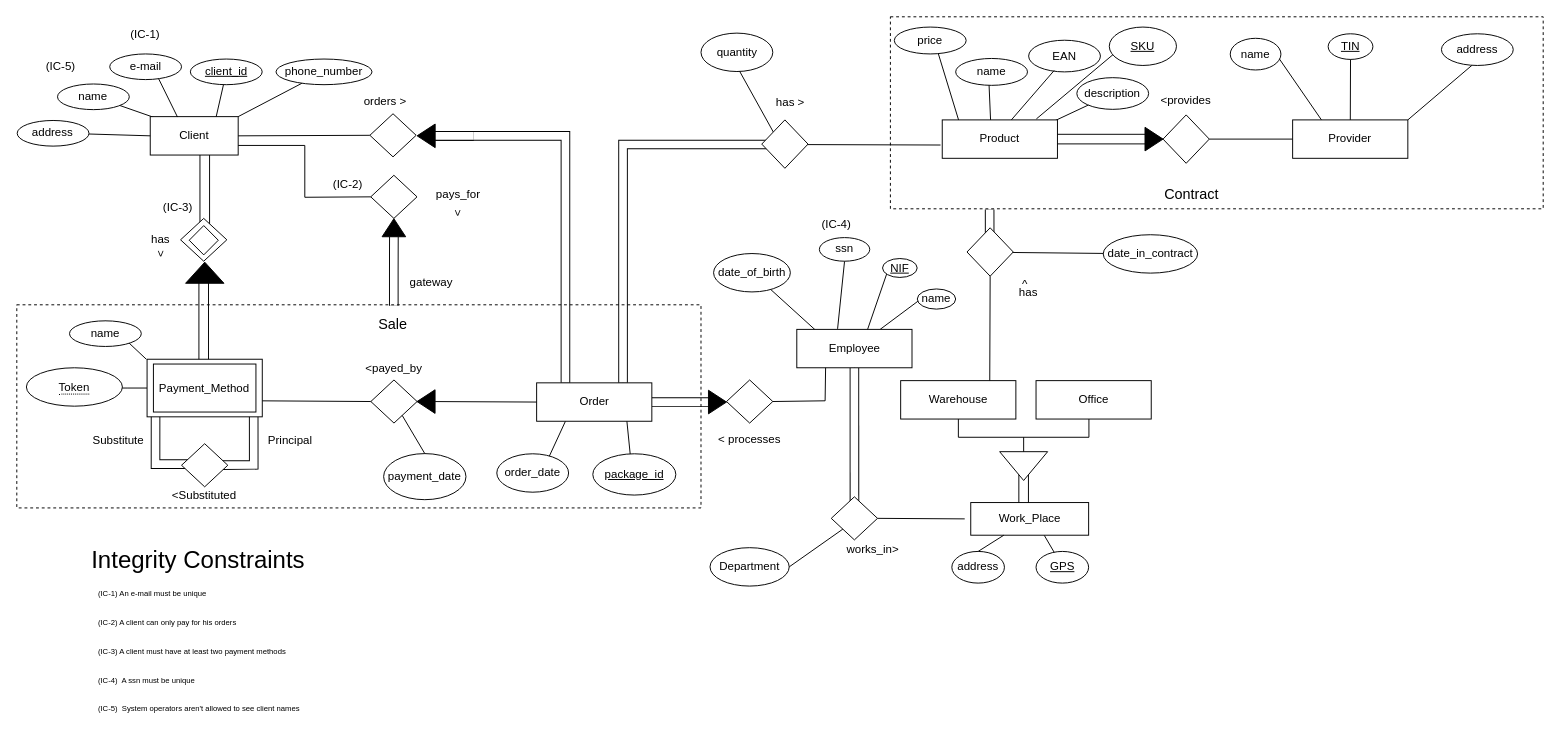
This is test.drawio from SamuelGoncalves8/Bd-project, a draw.io file, before an edit. Source tidied: cells renumbered, new cells numbered last; positions are measured from the earlier drawing's top-left corner, leaving out a move shared by most shapes. Both pictures are drawn from the tidied source at 96%, with x=0, y=0 at pixel (16, 16).
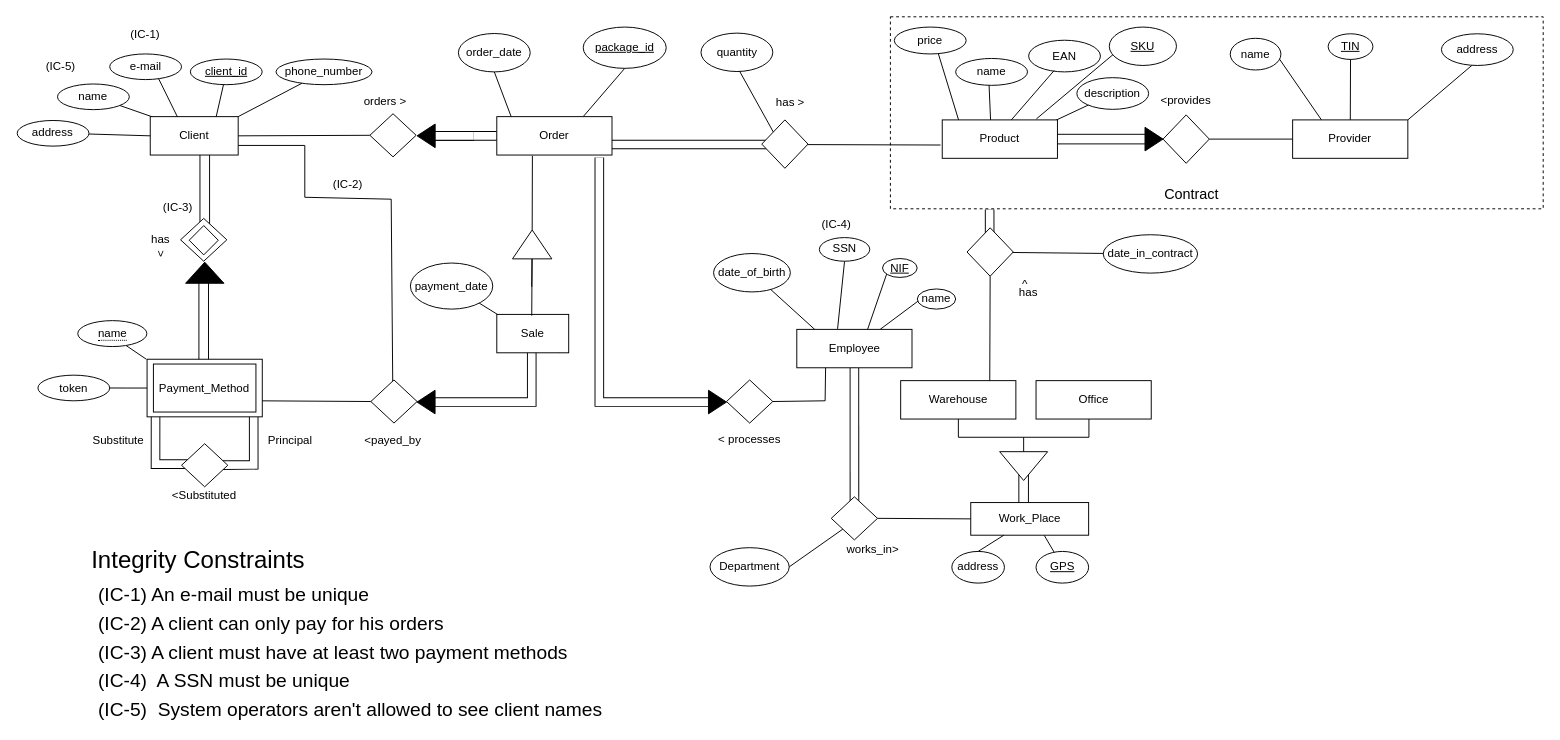
The same page after the edit.

The change refers to these unchanged cells:
```xml
<mxCell id="44" value="Work_Place" style="rounded=0;whiteSpace=wrap;html=1;" parent="1" vertex="1">
  <mxGeometry x="993.7" y="506" width="122.8" height="34" as="geometry" />
</mxCell>
<mxCell id="54" style="rounded=0;whiteSpace=wrap;html=1;" parent="1" vertex="1">
  <mxGeometry x="135.7" y="356.7" width="120" height="60" as="geometry" />
</mxCell>
<mxCell id="62" style="triangle;whiteSpace=wrap;html=1;rotation=-180;fillColor=#000000;" parent="1" vertex="1">
  <mxGeometry x="417" y="111.7" width="18.8" height="24.6" as="geometry" />
</mxCell>
<mxCell id="88" style="rhombus;whiteSpace=wrap;html=1;" parent="1" vertex="1">
  <mxGeometry x="368.8" y="378.3" width="48.2" height="44.9" as="geometry" />
</mxCell>
<mxCell id="101" style="rhombus;whiteSpace=wrap;html=1;" parent="1" vertex="1">
  <mxGeometry x="848.4" y="500" width="48.2" height="44.9" as="geometry" />
</mxCell>
<mxCell id="130" style="triangle;whiteSpace=wrap;html=1;rotation=0;fillColor=#000000;" parent="1" vertex="1">
  <mxGeometry x="720.5" y="389" width="18.8" height="24.6" as="geometry" />
</mxCell>
```

The edit, as a diff of the source:
```diff
@@
+    <mxCell id="123" style="endArrow=none;html=1;rounded=0;entryX=1;entryY=0.75;entryDx=0;entryDy=0;exitX=0.474;exitY=0.216;exitDx=0;exitDy=0;exitPerimeter=0;" parent="1" edge="1" source="88">
+      <mxGeometry relative="1" as="geometry">
+        <mxPoint x="230.6" y="134" as="targetPoint" />
+        <Array as="points">
+          <mxPoint x="390" y="190" />
+          <mxPoint x="300" y="188" />
+          <mxPoint x="300" y="134" />
+        </Array>
+      </mxGeometry>
+    </mxCell>
-    <mxCell id="2" style="shape=filledEdge;curved=0;rounded=0;fixDash=1;endArrow=none;strokeWidth=10;fillColor=#ffffff;edgeStyle=orthogonalEdgeStyle;html=1;exitX=0.75;exitY=0;exitDx=0;exitDy=0;" parent="1" edge="1" source="117">
+    <mxCell id="2" style="shape=filledEdge;curved=0;rounded=0;fixDash=1;endArrow=none;strokeWidth=10;fillColor=#ffffff;edgeStyle=orthogonalEdgeStyle;html=1;exitX=1;exitY=0.5;exitDx=0;exitDy=0;" parent="1" edge="1" source="117">
       <mxGeometry relative="1" as="geometry">
         <mxPoint x="800" y="133" as="targetPoint" />
         <Array as="points">
-          <mxPoint x="632" y="133" />
+          <mxPoint x="572" y="124" />
+          <mxPoint x="572" y="133" />
         </Array>
       </mxGeometry>
     </mxCell>
-    <mxCell id="3" style="shape=filledEdge;curved=0;rounded=0;fixDash=1;endArrow=none;strokeWidth=10;fillColor=#ffffff;edgeStyle=orthogonalEdgeStyle;html=1;exitX=0;exitY=0.5;exitDx=0;exitDy=0;entryX=0.25;entryY=0;entryDx=0;entryDy=0;" parent="1" edge="1" source="62" target="117">
+    <mxCell id="3" style="shape=filledEdge;curved=0;rounded=0;fixDash=1;endArrow=none;strokeWidth=10;fillColor=#ffffff;edgeStyle=orthogonalEdgeStyle;html=1;exitX=0;exitY=0.5;exitDx=0;exitDy=0;entryX=0;entryY=0.5;entryDx=0;entryDy=0;" parent="1" edge="1" source="62" target="117">
       <mxGeometry relative="1" as="geometry" />
     </mxCell>
-    <mxCell id="4" style="shape=filledEdge;curved=0;rounded=0;fixDash=1;endArrow=none;strokeWidth=10;fillColor=#ffffff;edgeStyle=orthogonalEdgeStyle;html=1;exitX=1;exitY=0.5;exitDx=0;exitDy=0;entryX=0;entryY=0.5;entryDx=0;entryDy=0;" parent="1" edge="1" source="117" target="130">
+    <mxCell id="4" style="shape=filledEdge;curved=0;rounded=0;fixDash=1;endArrow=none;strokeWidth=10;fillColor=#ffffff;edgeStyle=orthogonalEdgeStyle;html=1;exitX=0.89;exitY=1.065;exitDx=0;exitDy=0;entryX=0;entryY=0.5;entryDx=0;entryDy=0;exitPerimeter=0;" parent="1" edge="1" source="117" target="130">
       <mxGeometry relative="1" as="geometry">
         <Array as="points">
-          <mxPoint x="720" y="401" />
+          <mxPoint x="607" y="401" />
         </Array>
       </mxGeometry>
     </mxCell>
-    <mxCell id="5" style="shape=filledEdge;curved=0;rounded=0;fixDash=1;endArrow=none;strokeWidth=10;fillColor=#ffffff;edgeStyle=orthogonalEdgeStyle;html=1;entryX=0;entryY=0.5;entryDx=0;entryDy=0;exitX=0.551;exitY=0.005;exitDx=0;exitDy=0;exitPerimeter=0;" parent="1" edge="1" source="6" target="126">
-      <mxGeometry relative="1" as="geometry" />
-    </mxCell>
-    <mxCell id="6" style="whiteSpace=wrap;html=1;fillColor=none;dashed=1;" parent="1" vertex="1">
-      <mxGeometry y="300" width="712.7" height="211.6" as="geometry" />
-    </mxCell>
@@
-    <mxCell id="39" style="endArrow=none;html=1;rounded=0;entryX=0.5;entryY=0;entryDx=0;entryDy=0;" parent="1" edge="1" target="40">
+    <mxCell id="39" style="endArrow=none;html=1;rounded=0;entryX=0.697;entryY=0.956;entryDx=0;entryDy=0;entryPerimeter=0;" parent="1" edge="1" target="40">
       <mxGeometry relative="1" as="geometry">
         <mxPoint x="134.9" y="356.7" as="sourcePoint" />
         <Array as="points">
           <mxPoint x="134.9" y="356.7" />
         </Array>
       </mxGeometry>
     </mxCell>
-    <mxCell id="40" value="name" style="ellipse;whiteSpace=wrap;html=1;" parent="1" vertex="1">
-      <mxGeometry x="54.9" y="316.7" width="74.8" height="26.7" as="geometry" />
-    </mxCell>
@@
-    <mxCell id="48" style="endArrow=none;html=1;rounded=0;exitX=0;exitY=0.5;exitDx=0;exitDy=0;entryX=1;entryY=0.5;entryDx=0;entryDy=0;" parent="1" edge="1" source="54">
+    <mxCell id="48" style="endArrow=none;html=1;rounded=0;exitX=0;exitY=0.5;exitDx=0;exitDy=0;entryX=1;entryY=0.5;entryDx=0;entryDy=0;" parent="1" edge="1" source="54" target="145">
       <mxGeometry relative="1" as="geometry">
-        <mxPoint x="101.7" y="386.7" as="targetPoint" />
         <Array as="points">
           <mxPoint x="114.9" y="386.7" />
         </Array>
       </mxGeometry>
     </mxCell>
@@
     <mxCell id="51" value="package_id" style="ellipse;whiteSpace=wrap;html=1;fontStyle=4;" parent="1" vertex="1">
-      <mxGeometry x="600" y="455.2" width="86.5" height="43" as="geometry" />
+      <mxGeometry x="590" y="10.7" width="86.5" height="43" as="geometry" />
     </mxCell>
     <mxCell id="52" value="order_date" style="ellipse;whiteSpace=wrap;html=1;" parent="1" vertex="1">
-      <mxGeometry x="500" y="455.2" width="74.8" height="40" as="geometry" />
+      <mxGeometry x="460" y="17.4" width="74.8" height="40" as="geometry" />
     </mxCell>
     <mxCell id="53" value="payment_date" style="ellipse;whiteSpace=wrap;html=1;" parent="1" vertex="1">
-      <mxGeometry x="382.1" y="455" width="85.8" height="48" as="geometry" />
+      <mxGeometry x="410" y="256.5" width="85.8" height="48" as="geometry" />
     </mxCell>
@@
-    <mxCell id="74" value="&lt;div&gt;(IC-1) An e-mail must be unique&lt;br&gt;&lt;/div&gt;" style="text;html=1;strokeColor=none;fillColor=none;align=left;verticalAlign=middle;whiteSpace=wrap;rounded=0;fontSize=8;" parent="1" vertex="1">
-      <mxGeometry x="82.6" y="585.9" width="134" height="30" as="geometry" />
+    <mxCell id="74" value="&lt;div&gt;&lt;font style=&quot;font-size: 20px;&quot;&gt;(IC-1) An e-mail must be unique&lt;/font&gt;&lt;br&gt;&lt;/div&gt;" style="text;html=1;strokeColor=none;fillColor=none;align=left;verticalAlign=middle;whiteSpace=wrap;rounded=0;fontSize=8;" parent="1" vertex="1">
+      <mxGeometry x="82.5" y="585.9" width="357.4" height="30" as="geometry" />
     </mxCell>
-    <mxCell id="75" value="&lt;div&gt;(IC-3) A client must have at least two payment methods&lt;br&gt;&lt;/div&gt;" style="text;html=1;strokeColor=none;fillColor=none;align=left;verticalAlign=middle;whiteSpace=wrap;rounded=0;fontSize=8;" parent="1" vertex="1">
-      <mxGeometry x="82.5" y="645.9" width="267.4" height="30" as="geometry" />
+    <mxCell id="75" value="&lt;div&gt;&lt;font style=&quot;font-size: 20px;&quot;&gt;(IC-3) A client must have at least two payment methods&lt;/font&gt;&lt;br&gt;&lt;/div&gt;" style="text;html=1;strokeColor=none;fillColor=none;align=left;verticalAlign=middle;whiteSpace=wrap;rounded=0;fontSize=8;" parent="1" vertex="1">
+      <mxGeometry x="82.5" y="645.9" width="527.5" height="30" as="geometry" />
     </mxCell>
-    <mxCell id="76" value="&lt;div&gt;(IC-2) A client can only pay for his orders&lt;br&gt;&lt;/div&gt;" style="text;html=1;strokeColor=none;fillColor=none;align=left;verticalAlign=middle;whiteSpace=wrap;rounded=0;fontSize=8;" parent="1" vertex="1">
-      <mxGeometry x="82.5" y="615.9" width="237.4" height="30" as="geometry" />
+    <mxCell id="76" value="&lt;div&gt;&lt;font style=&quot;font-size: 20px;&quot;&gt;(IC-2) A client can only pay for his orders&lt;/font&gt;&lt;br&gt;&lt;/div&gt;" style="text;html=1;strokeColor=none;fillColor=none;align=left;verticalAlign=middle;whiteSpace=wrap;rounded=0;fontSize=8;" parent="1" vertex="1">
+      <mxGeometry x="82.5" y="615.9" width="537.5" height="30" as="geometry" />
     </mxCell>
-    <mxCell id="77" value="&lt;div&gt;(IC-4)&amp;nbsp; A ssn must be unique&lt;br&gt;&lt;/div&gt;" style="text;html=1;strokeColor=none;fillColor=none;align=left;verticalAlign=middle;whiteSpace=wrap;rounded=0;fontSize=8;" parent="1" vertex="1">
-      <mxGeometry x="82.6" y="675.9" width="193.5" height="30" as="geometry" />
+    <mxCell id="77" value="&lt;div&gt;&lt;font style=&quot;font-size: 20px;&quot;&gt;(IC-4)&amp;nbsp; A SSN must be unique&lt;/font&gt;&lt;br&gt;&lt;/div&gt;" style="text;html=1;strokeColor=none;fillColor=none;align=left;verticalAlign=middle;whiteSpace=wrap;rounded=0;fontSize=8;" parent="1" vertex="1">
+      <mxGeometry x="82.5" y="675.9" width="297.4" height="30" as="geometry" />
     </mxCell>
@@
-    <mxCell id="86" style="triangle;whiteSpace=wrap;html=1;rotation=-180;fillColor=#000000;" parent="1" vertex="1">
-      <mxGeometry x="416.9" y="388.5" width="18.8" height="24.6" as="geometry" />
-    </mxCell>
     <mxCell id="87" value="&amp;lt;payed_by" style="text;html=1;strokeColor=none;fillColor=none;align=center;verticalAlign=middle;whiteSpace=wrap;rounded=0;rotation=0;" parent="1" vertex="1">
-      <mxGeometry x="350.7" y="351.3" width="84.2" height="30" as="geometry" />
+      <mxGeometry x="349.7" y="426.7" width="84.2" height="30" as="geometry" />
     </mxCell>
@@
-    <mxCell id="91" value="ssn" style="ellipse;whiteSpace=wrap;html=1;" parent="1" vertex="1">
+    <mxCell id="91" value="SSN" style="ellipse;whiteSpace=wrap;html=1;" parent="1" vertex="1">
       <mxGeometry x="836" y="230" width="52.5" height="24.6" as="geometry" />
     </mxCell>
@@
-    <mxCell id="100" style="endArrow=none;html=1;rounded=0;exitX=1;exitY=0.5;exitDx=0;exitDy=0;" parent="1" edge="1" source="101">
-      <mxGeometry relative="1" as="geometry">
-        <mxPoint x="987.4" y="523" as="targetPoint" />
-      </mxGeometry>
+    <mxCell id="100" style="endArrow=none;html=1;rounded=0;exitX=1;exitY=0.5;exitDx=0;exitDy=0;entryX=0;entryY=0.5;entryDx=0;entryDy=0;" parent="1" edge="1" source="101" target="44">
+      <mxGeometry relative="1" as="geometry" />
     </mxCell>
@@
-    <mxCell id="114" value="&lt;span style=&quot;border-bottom: 1px dotted&quot;&gt;Token&lt;/span&gt;" style="ellipse;whiteSpace=wrap;html=1;align=center;" parent="1" vertex="1">
-      <mxGeometry x="10" y="365.6" width="100" height="40" as="geometry" />
-    </mxCell>
@@
     <mxCell id="117" value="Order" style="rounded=0;whiteSpace=wrap;html=1;" parent="1" vertex="1">
-      <mxGeometry x="541.5" y="381.3" width="120" height="40" as="geometry" />
+      <mxGeometry x="500" y="104" width="120" height="40" as="geometry" />
     </mxCell>
-    <mxCell id="118" style="endArrow=none;html=1;rounded=0;entryX=0.5;entryY=0;entryDx=0;entryDy=0;" parent="1" edge="1" source="88" target="53">
+    <mxCell id="118" style="endArrow=none;html=1;rounded=0;exitX=0.867;exitY=0.997;exitDx=0;exitDy=0;exitPerimeter=0;" parent="1" edge="1" source="127" target="53">
       <mxGeometry relative="1" as="geometry" />
     </mxCell>
@@
-    <mxCell id="121" style="endArrow=none;html=1;rounded=0;exitX=0;exitY=0.5;exitDx=0;exitDy=0;entryX=0;entryY=0.5;entryDx=0;entryDy=0;" parent="1" edge="1" source="117" target="86">
-      <mxGeometry relative="1" as="geometry" />
-    </mxCell>
-    <mxCell id="122" style="rhombus;whiteSpace=wrap;html=1;" parent="1" vertex="1">
-      <mxGeometry x="368.7" y="165.1" width="48.2" height="44.9" as="geometry" />
-    </mxCell>
-    <mxCell id="123" style="endArrow=none;html=1;rounded=0;entryX=1;entryY=0.75;entryDx=0;entryDy=0;exitX=0;exitY=0.5;exitDx=0;exitDy=0;" parent="1" edge="1" source="122">
-      <mxGeometry relative="1" as="geometry">
-        <mxPoint x="230.6" y="134" as="targetPoint" />
-        <Array as="points">
-          <mxPoint x="300" y="188" />
-          <mxPoint x="300" y="134" />
-        </Array>
-      </mxGeometry>
-    </mxCell>
-    <mxCell id="124" value="pays_for" style="text;html=1;strokeColor=none;fillColor=none;align=center;verticalAlign=middle;whiteSpace=wrap;rounded=0;rotation=0;" parent="1" vertex="1">
-      <mxGeometry x="430" y="170" width="60" height="30" as="geometry" />
-    </mxCell>
-    <mxCell id="125" value="&amp;gt;" style="text;html=1;strokeColor=none;fillColor=none;align=center;verticalAlign=middle;whiteSpace=wrap;rounded=0;rotation=90;" parent="1" vertex="1">
-      <mxGeometry x="452.1" y="189.8" width="15.8" height="30" as="geometry" />
-    </mxCell>
-    <mxCell id="126" style="triangle;whiteSpace=wrap;html=1;rotation=-90;fillColor=#000000;" parent="1" vertex="1">
-      <mxGeometry x="383.4" y="207.4" width="18.8" height="24.6" as="geometry" />
-    </mxCell>
-    <mxCell id="127" value="Sale" style="text;html=1;strokeColor=none;fillColor=none;align=center;verticalAlign=middle;whiteSpace=wrap;rounded=0;fontSize=15;" parent="1" vertex="1">
-      <mxGeometry x="361.9" y="304.5" width="60" height="30" as="geometry" />
-    </mxCell>
@@
-    <mxCell id="134" value="gateway" style="text;html=1;strokeColor=none;fillColor=none;align=center;verticalAlign=middle;whiteSpace=wrap;rounded=0;" parent="1" vertex="1">
-      <mxGeometry x="402.2" y="262" width="60" height="30" as="geometry" />
-    </mxCell>
@@
-    <mxCell id="137" value="&lt;div&gt;(IC-5)&amp;nbsp; System operators aren't allowed to see client names&lt;br&gt;&lt;/div&gt;" style="text;html=1;strokeColor=none;fillColor=none;align=left;verticalAlign=middle;whiteSpace=wrap;rounded=0;fontSize=8;" parent="1" vertex="1">
-      <mxGeometry x="82.5" y="705.9" width="227.4" height="30" as="geometry" />
+    <mxCell id="137" value="&lt;div&gt;&lt;font style=&quot;font-size: 20px;&quot;&gt;(IC-5)&amp;nbsp; System operators aren't allowed to see client names&lt;/font&gt;&lt;br&gt;&lt;/div&gt;" style="text;html=1;strokeColor=none;fillColor=none;align=left;verticalAlign=middle;whiteSpace=wrap;rounded=0;fontSize=8;" parent="1" vertex="1">
+      <mxGeometry x="82.5" y="705.9" width="547.5" height="30" as="geometry" />
     </mxCell>
@@
+    <mxCell id="139" style="shape=filledEdge;curved=0;rounded=0;fixDash=1;endArrow=none;strokeWidth=10;fillColor=#ffffff;edgeStyle=orthogonalEdgeStyle;html=1;exitX=0;exitY=0.5;exitDx=0;exitDy=0;entryX=0.486;entryY=0.928;entryDx=0;entryDy=0;entryPerimeter=0;" parent="1" edge="1" source="140" target="127">
+      <mxGeometry relative="1" as="geometry" />
+    </mxCell>
+    <mxCell id="127" value="Sale" style="rounded=0;whiteSpace=wrap;html=1;" parent="1" vertex="1">
+      <mxGeometry x="500" y="310" width="74.9" height="40" as="geometry" />
+    </mxCell>
+    <mxCell id="140" style="triangle;whiteSpace=wrap;html=1;rotation=-180;fillColor=#000000;" parent="1" vertex="1">
+      <mxGeometry x="416.9" y="389" width="18.8" height="24.6" as="geometry" />
+    </mxCell>
+    <mxCell id="141" style="endArrow=none;html=1;rounded=0;" parent="1" edge="1" source="143">
+      <mxGeometry relative="1" as="geometry">
+        <mxPoint x="536.4" y="281.3" as="targetPoint" />
+      </mxGeometry>
+    </mxCell>
+    <mxCell id="142" style="endArrow=none;html=1;rounded=0;" parent="1" edge="1" target="143">
+      <mxGeometry relative="1" as="geometry">
+        <mxPoint x="536.4" y="311.3" as="sourcePoint" />
+      </mxGeometry>
+    </mxCell>
+    <mxCell id="143" style="triangle;whiteSpace=wrap;html=1;rotation=-90;" parent="1" vertex="1">
+      <mxGeometry x="521.8" y="216.6" width="30.1" height="41" as="geometry" />
+    </mxCell>
+    <mxCell id="144" style="endArrow=none;html=1;rounded=0;exitX=1;exitY=0.5;exitDx=0;exitDy=0;entryX=0.309;entryY=1.019;entryDx=0;entryDy=0;entryPerimeter=0;" parent="1" edge="1" source="143" target="117">
+      <mxGeometry relative="1" as="geometry" />
+    </mxCell>
+    <mxCell id="40" value="&lt;span style=&quot;border-bottom: 1px dotted&quot;&gt;name&lt;/span&gt;" style="ellipse;whiteSpace=wrap;html=1;align=center;" parent="1" vertex="1">
+      <mxGeometry x="63.5" y="316.5" width="72" height="27" as="geometry" />
+    </mxCell>
+    <mxCell id="145" value="token" style="ellipse;whiteSpace=wrap;html=1;" parent="1" vertex="1">
+      <mxGeometry x="22" y="373.3" width="74.8" height="26.7" as="geometry" />
+    </mxCell>
```
